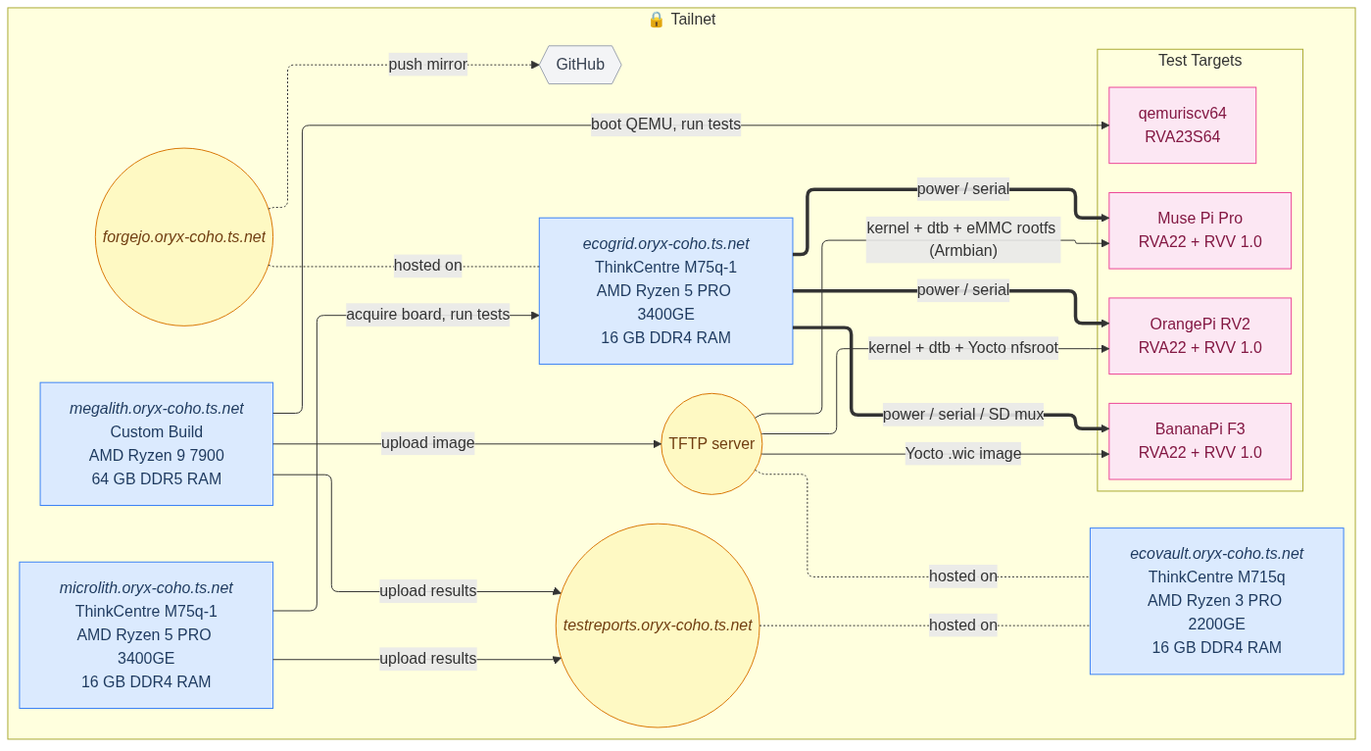
threexc/boardgarden keeps this Mermaid diagram as docs/network.png. Above is the earlier version. Its source is kept beside it as docs/network.mmd.
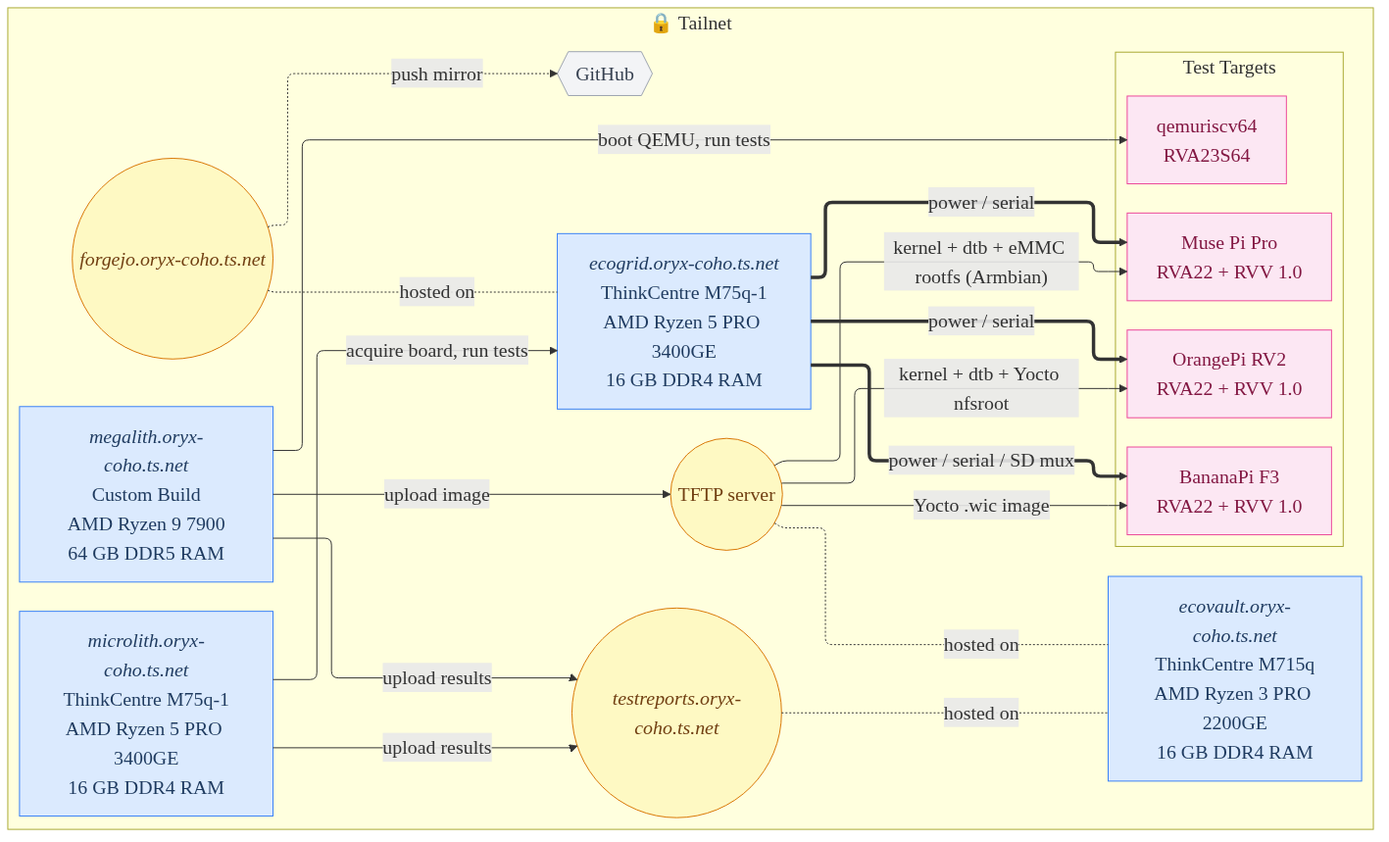
The same diagram one commit later.

Commit message:
docs: update network diagram

Diff of the diagram source:
```diff
@@ -1,4 +1,4 @@
-%%{init: {"theme": "default", "flowchart": {"htmlLabels": true, "nodeSpacing": 30, "rankSpacing": 60, "defaultRenderer": "elk"}, "themeVariables": {"fontSize": "16px"}} }%%flowchart LR
+%%{init: {"theme": "default", "flowchart": {"htmlLabels": true, "nodeSpacing": 30, "rankSpacing": 60, "defaultRenderer": "elk"}, "themeVariables": {"fontSize": "20px", "fontFamily": "New Computer Modern"}} }%%flowchart LR
   subgraph tailnet["🔒 Tailnet"]
     ecogrid["<i>ecogrid.oryx-coho.ts.net</i><br/>ThinkCentre M75q-1<br/>AMD Ryzen 5 PRO 3400GE<br/>16 GB DDR4 RAM"]
     ecovault["<i>ecovault.oryx-coho.ts.net</i><br/>ThinkCentre M715q<br/>AMD Ryzen 3 PRO 2200GE<br/>16 GB DDR4 RAM"]
```
